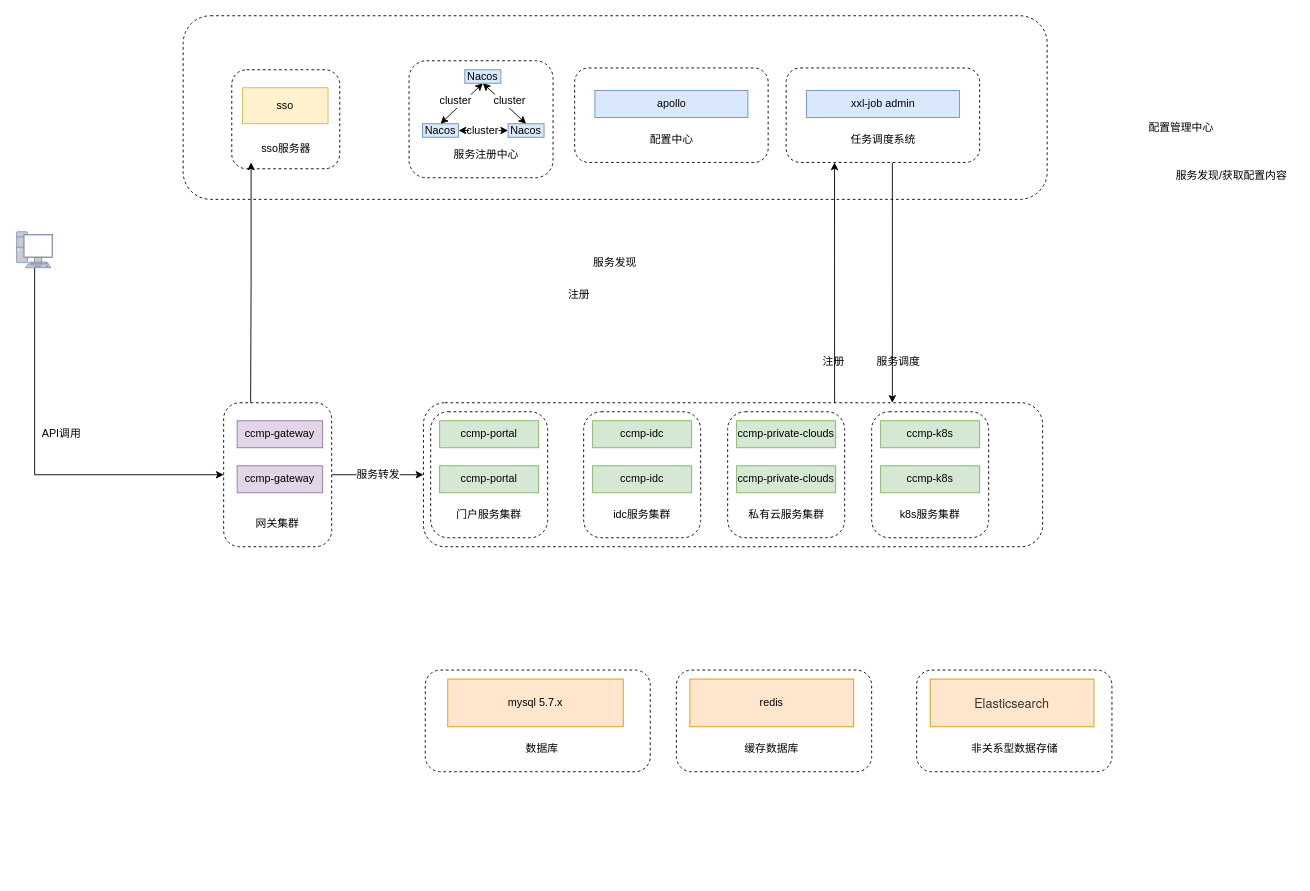
Before: ccmp.drawio in scrollsyou/doc, a draw.io diagram. Source tidied: cells renumbered, new cells numbered last; positions are measured from the earlier drawing's top-left corner, leaving out a move shared by most shapes. Both pictures are drawn from the tidied source at 90%, with x=0, y=0 at pixel (16, 15).
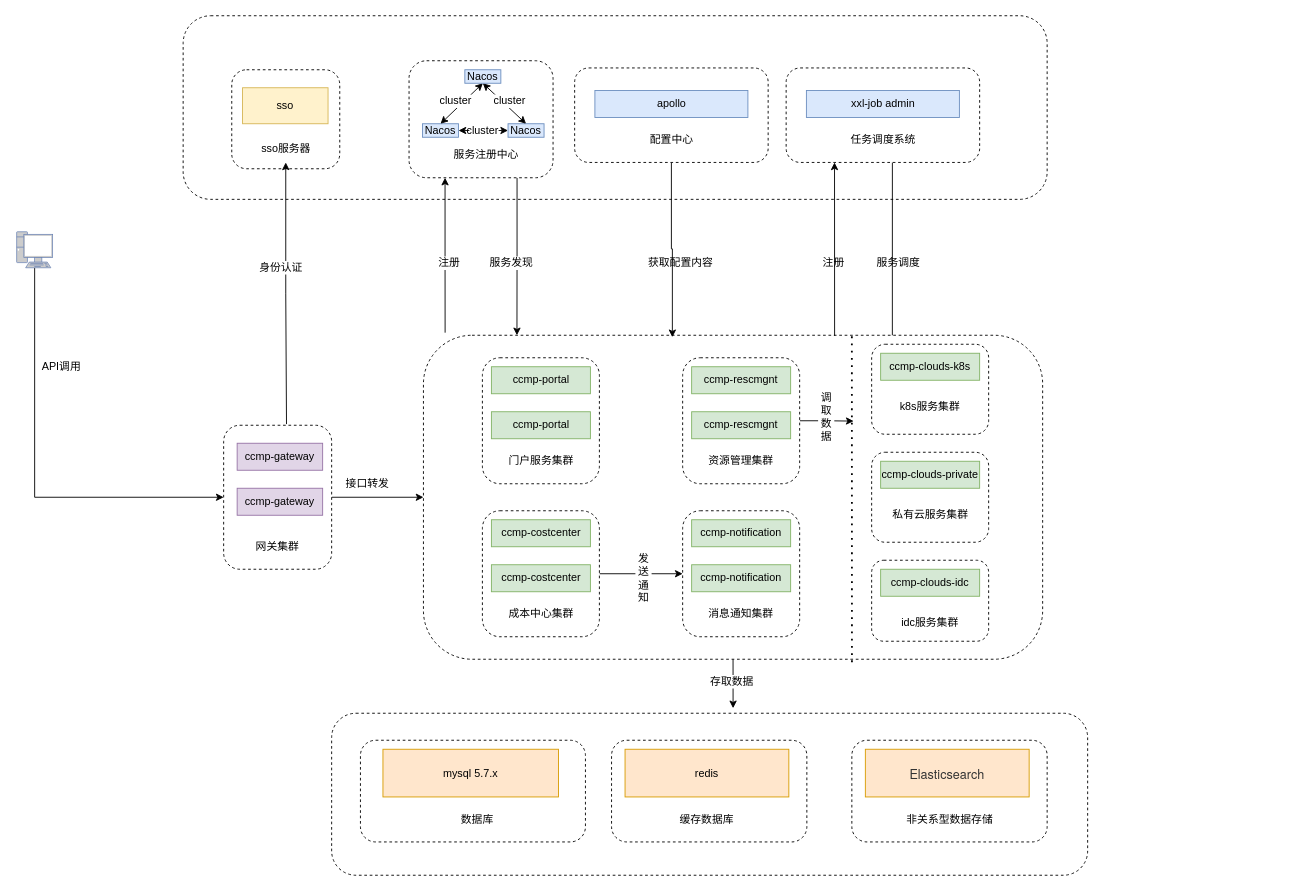
The same page after the edit.

The change refers to these unchanged cells:
```xml
<mxCell id="6" style="rounded=1;whiteSpace=wrap;html=1;dashed=1;" parent="1" vertex="1">
  <mxGeometry x="436" y="50" width="160" height="130" as="geometry" />
</mxCell>
<mxCell id="24" style="fontColor=#0066CC;verticalAlign=top;verticalLabelPosition=bottom;labelPosition=center;align=center;html=1;outlineConnect=0;fillColor=#CCCCCC;strokeColor=#6881B3;gradientColor=none;gradientDirection=north;strokeWidth=2;shape=mxgraph.networks.pc;rounded=1;labelBackgroundColor=default;" parent="1" vertex="1">
  <mxGeometry y="240" width="40" height="40" as="geometry" />
</mxCell>
<mxCell id="54" value="sso服务器" style="text;html=1;strokeColor=none;fillColor=none;align=center;verticalAlign=middle;whiteSpace=wrap;rounded=0;labelBackgroundColor=none;" parent="1" vertex="1">
  <mxGeometry x="260.5" y="133" width="77" height="30" as="geometry" />
</mxCell>
<mxCell id="65" style="rounded=1;whiteSpace=wrap;html=1;dashed=1;labelBackgroundColor=default;" parent="1" vertex="1">
  <mxGeometry x="620" y="58" width="215" height="105" as="geometry" />
</mxCell>
```

Diff of the diagram source:
```diff
@@
+    <mxCell id="68" style="rounded=1;whiteSpace=wrap;html=1;dashed=1;labelBackgroundColor=default;" parent="1" vertex="1">
+      <mxGeometry x="350" y="775" width="840" height="180" as="geometry" />
+    </mxCell>
@@
+    <mxCell id="69" style="edgeStyle=orthogonalEdgeStyle;rounded=0;jettySize=auto;html=1;exitX=0.5;exitY=1;exitDx=0;exitDy=0;entryX=0.531;entryY=-0.031;entryDx=0;entryDy=0;entryPerimeter=0;startArrow=none;startFill=0;endArrow=classic;endFill=1;" parent="1" edge="1" source="4" target="68">
+      <mxGeometry relative="1" as="geometry" />
+    </mxCell>
     <mxCell id="4" style="rounded=1;whiteSpace=wrap;html=1;labelBackgroundColor=default;dashed=1;" parent="1" vertex="1">
-      <mxGeometry x="452" y="430" width="688" height="160" as="geometry" />
+      <mxGeometry x="452" y="355" width="688" height="360" as="geometry" />
     </mxCell>
     <mxCell id="5" style="rounded=1;whiteSpace=wrap;html=1;labelBackgroundColor=default;dashed=1;" parent="1" vertex="1">
-      <mxGeometry x="460" y="440" width="130" height="140" as="geometry" />
+      <mxGeometry x="517.5" y="380" width="130" height="140" as="geometry" />
     </mxCell>
+    <mxCell id="70" style="edgeStyle=orthogonalEdgeStyle;rounded=0;jettySize=auto;html=1;exitX=0.25;exitY=1;exitDx=0;exitDy=0;entryX=0.035;entryY=-0.008;entryDx=0;entryDy=0;entryPerimeter=0;startArrow=classic;startFill=1;endArrow=none;endFill=0;" parent="1" edge="1" source="6" target="4">
+      <mxGeometry relative="1" as="geometry" />
+    </mxCell>
+    <mxCell id="71" style="edgeStyle=orthogonalEdgeStyle;rounded=0;jettySize=auto;html=1;exitX=0.75;exitY=1;exitDx=0;exitDy=0;entryX=0.151;entryY=0;entryDx=0;entryDy=0;entryPerimeter=0;startArrow=none;startFill=0;endArrow=classic;endFill=1;" parent="1" edge="1" source="6" target="4">
+      <mxGeometry relative="1" as="geometry" />
+    </mxCell>
@@
     <mxCell id="18" style="edgeStyle=none;rounded=0;jettySize=auto;html=1;exitX=0;exitY=0.5;exitDx=0;exitDy=0;entryX=0.5;entryY=1;entryDx=0;entryDy=0;entryPerimeter=0;startArrow=classic;startFill=1;strokeColor=default;endArrow=none;endFill=0;" parent="1" edge="1" source="20" target="24">
       <mxGeometry relative="1" as="geometry">
         <Array as="points">
-          <mxPoint x="20" y="510" />
+          <mxPoint x="20" y="535" />
         </Array>
       </mxGeometry>
     </mxCell>
@@
     <mxCell id="20" style="rounded=1;whiteSpace=wrap;html=1;labelBackgroundColor=default;dashed=1;" parent="1" vertex="1">
-      <mxGeometry x="230" y="430" width="120" height="160" as="geometry" />
+      <mxGeometry x="230" y="455" width="120" height="160" as="geometry" />
     </mxCell>
     <mxCell id="21" value="ccmp-gateway" style="rounded=0;whiteSpace=wrap;html=1;labelBackgroundColor=none;fillColor=#e1d5e7;strokeColor=#9673a6;" parent="1" vertex="1">
-      <mxGeometry x="245" y="450" width="95" height="30" as="geometry" />
+      <mxGeometry x="245" y="475" width="95" height="30" as="geometry" />
     </mxCell>
     <mxCell id="22" value="ccmp-gateway" style="rounded=0;whiteSpace=wrap;html=1;labelBackgroundColor=none;fillColor=#e1d5e7;strokeColor=#9673a6;" parent="1" vertex="1">
-      <mxGeometry x="245" y="500" width="95" height="30" as="geometry" />
+      <mxGeometry x="245" y="525" width="95" height="30" as="geometry" />
     </mxCell>
     <mxCell id="23" value="网关集群" style="text;html=1;strokeColor=none;fillColor=none;align=center;verticalAlign=middle;whiteSpace=wrap;rounded=0;labelBackgroundColor=default;" parent="1" vertex="1">
-      <mxGeometry x="260" y="550" width="60" height="30" as="geometry" />
+      <mxGeometry x="260" y="575" width="60" height="30" as="geometry" />
     </mxCell>
@@
     <mxCell id="25" value="API调用" style="text;html=1;strokeColor=none;fillColor=none;align=center;verticalAlign=middle;whiteSpace=wrap;rounded=0;labelBackgroundColor=default;" parent="1" vertex="1">
-      <mxGeometry x="20" y="450" width="60" height="30" as="geometry" />
+      <mxGeometry x="20" y="375" width="60" height="30" as="geometry" />
     </mxCell>
     <mxCell id="26" value="ccmp-portal" style="rounded=0;whiteSpace=wrap;html=1;labelBackgroundColor=none;fillColor=#d5e8d4;strokeColor=#82b366;" parent="1" vertex="1">
-      <mxGeometry x="470" y="450" width="110" height="30" as="geometry" />
+      <mxGeometry x="527.5" y="390" width="110" height="30" as="geometry" />
     </mxCell>
     <mxCell id="27" value="ccmp-portal" style="rounded=0;whiteSpace=wrap;html=1;labelBackgroundColor=none;fillColor=#d5e8d4;strokeColor=#82b366;" parent="1" vertex="1">
-      <mxGeometry x="470" y="500" width="110" height="30" as="geometry" />
+      <mxGeometry x="527.5" y="440" width="110" height="30" as="geometry" />
     </mxCell>
     <mxCell id="28" value="&lt;div style=&quot;text-align: left&quot;&gt;门户服务集群&lt;/div&gt;" style="text;html=1;strokeColor=none;fillColor=none;align=center;verticalAlign=middle;whiteSpace=wrap;rounded=0;dashed=1;labelBackgroundColor=default;" parent="1" vertex="1">
-      <mxGeometry x="485" y="540" width="80" height="30" as="geometry" />
+      <mxGeometry x="542.5" y="480" width="80" height="30" as="geometry" />
     </mxCell>
     <mxCell id="29" style="rounded=1;whiteSpace=wrap;html=1;labelBackgroundColor=default;dashed=1;" parent="1" vertex="1">
-      <mxGeometry x="630" y="440" width="130" height="140" as="geometry" />
+      <mxGeometry x="950" y="605" width="130" height="90" as="geometry" />
     </mxCell>
     <mxCell id="30" value="idc服务集群" style="text;html=1;strokeColor=none;fillColor=none;align=center;verticalAlign=middle;whiteSpace=wrap;rounded=0;dashed=1;labelBackgroundColor=default;" parent="1" vertex="1">
-      <mxGeometry x="655" y="540" width="80" height="30" as="geometry" />
+      <mxGeometry x="975" y="660" width="80" height="30" as="geometry" />
     </mxCell>
-    <mxCell id="31" value="ccmp-idc" style="rounded=0;whiteSpace=wrap;html=1;labelBackgroundColor=none;fillColor=#d5e8d4;strokeColor=#82b366;" parent="1" vertex="1">
-      <mxGeometry x="640" y="500" width="110" height="30" as="geometry" />
-    </mxCell>
-    <mxCell id="32" value="ccmp-idc" style="rounded=0;whiteSpace=wrap;html=1;labelBackgroundColor=none;fillColor=#d5e8d4;strokeColor=#82b366;" parent="1" vertex="1">
-      <mxGeometry x="640" y="450" width="110" height="30" as="geometry" />
+    <mxCell id="32" value="ccmp-clouds-idc" style="rounded=0;whiteSpace=wrap;html=1;labelBackgroundColor=none;fillColor=#d5e8d4;strokeColor=#82b366;" parent="1" vertex="1">
+      <mxGeometry x="960" y="615" width="110" height="30" as="geometry" />
     </mxCell>
     <mxCell id="33" style="rounded=1;whiteSpace=wrap;html=1;labelBackgroundColor=default;dashed=1;" parent="1" vertex="1">
-      <mxGeometry x="790" y="440" width="130" height="140" as="geometry" />
+      <mxGeometry x="950" y="485" width="130" height="100" as="geometry" />
     </mxCell>
     <mxCell id="34" value="私有云服务集群" style="text;html=1;strokeColor=none;fillColor=none;align=center;verticalAlign=middle;whiteSpace=wrap;rounded=0;dashed=1;labelBackgroundColor=default;" parent="1" vertex="1">
-      <mxGeometry x="807.5" y="540" width="95" height="30" as="geometry" />
+      <mxGeometry x="967.5" y="540" width="95" height="30" as="geometry" />
     </mxCell>
-    <mxCell id="35" value="ccmp-private-clouds" style="rounded=0;whiteSpace=wrap;html=1;labelBackgroundColor=none;fillColor=#d5e8d4;strokeColor=#82b366;" parent="1" vertex="1">
-      <mxGeometry x="800" y="500" width="110" height="30" as="geometry" />
-    </mxCell>
-    <mxCell id="36" value="ccmp-private-clouds" style="rounded=0;whiteSpace=wrap;html=1;labelBackgroundColor=none;fillColor=#d5e8d4;strokeColor=#82b366;" parent="1" vertex="1">
-      <mxGeometry x="800" y="450" width="110" height="30" as="geometry" />
+    <mxCell id="36" value="ccmp-clouds-private" style="rounded=0;whiteSpace=wrap;html=1;labelBackgroundColor=none;fillColor=#d5e8d4;strokeColor=#82b366;" parent="1" vertex="1">
+      <mxGeometry x="960" y="495" width="110" height="30" as="geometry" />
     </mxCell>
     <mxCell id="37" style="rounded=1;whiteSpace=wrap;html=1;labelBackgroundColor=default;dashed=1;" parent="1" vertex="1">
-      <mxGeometry x="950" y="440" width="130" height="140" as="geometry" />
+      <mxGeometry x="950" y="365" width="130" height="100" as="geometry" />
     </mxCell>
     <mxCell id="38" value="k8s服务集群" style="text;html=1;strokeColor=none;fillColor=none;align=center;verticalAlign=middle;whiteSpace=wrap;rounded=0;dashed=1;labelBackgroundColor=default;" parent="1" vertex="1">
-      <mxGeometry x="975" y="540" width="80" height="30" as="geometry" />
+      <mxGeometry x="975" y="420" width="80" height="30" as="geometry" />
     </mxCell>
-    <mxCell id="39" value="ccmp-k8s" style="rounded=0;whiteSpace=wrap;html=1;labelBackgroundColor=none;fillColor=#d5e8d4;strokeColor=#82b366;" parent="1" vertex="1">
-      <mxGeometry x="960" y="500" width="110" height="30" as="geometry" />
-    </mxCell>
-    <mxCell id="40" value="ccmp-k8s" style="rounded=0;whiteSpace=wrap;html=1;labelBackgroundColor=none;fillColor=#d5e8d4;strokeColor=#82b366;" parent="1" vertex="1">
-      <mxGeometry x="960" y="450" width="110" height="30" as="geometry" />
+    <mxCell id="40" value="ccmp-clouds-k8s" style="rounded=0;whiteSpace=wrap;html=1;labelBackgroundColor=none;fillColor=#d5e8d4;strokeColor=#82b366;" parent="1" vertex="1">
+      <mxGeometry x="960" y="375" width="110" height="30" as="geometry" />
     </mxCell>
-    <mxCell id="41" value="配置管理中心" style="text;html=1;strokeColor=none;fillColor=none;align=center;verticalAlign=middle;whiteSpace=wrap;rounded=0;labelBackgroundColor=default;" parent="1" vertex="1">
-      <mxGeometry x="1250" y="110" width="88" height="30" as="geometry" />
-    </mxCell>
     <mxCell id="42" value="注册" style="text;html=1;strokeColor=none;fillColor=none;align=center;verticalAlign=middle;whiteSpace=wrap;rounded=0;dashed=1;labelBackgroundColor=default;" parent="1" vertex="1">
-      <mxGeometry x="595" y="295" width="60" height="30" as="geometry" />
+      <mxGeometry x="451" y="260" width="60" height="30" as="geometry" />
     </mxCell>
     <mxCell id="43" value="服务发现" style="text;html=1;strokeColor=none;fillColor=none;align=center;verticalAlign=middle;whiteSpace=wrap;rounded=0;dashed=1;labelBackgroundColor=default;" parent="1" vertex="1">
-      <mxGeometry x="595" y="260" width="140" height="30" as="geometry" />
+      <mxGeometry x="480" y="260" width="140" height="30" as="geometry" />
     </mxCell>
-    <mxCell id="44" value="服务转发" style="text;html=1;strokeColor=none;fillColor=none;align=center;verticalAlign=middle;whiteSpace=wrap;rounded=0;dashed=1;labelBackgroundColor=default;" parent="1" vertex="1">
-      <mxGeometry x="372" y="495" width="60" height="30" as="geometry" />
+    <mxCell id="44" value="接口转发" style="text;html=1;strokeColor=none;fillColor=none;align=center;verticalAlign=middle;whiteSpace=wrap;rounded=0;dashed=1;labelBackgroundColor=default;" parent="1" vertex="1">
+      <mxGeometry x="360" y="505" width="60" height="30" as="geometry" />
     </mxCell>
@@
     <mxCell id="49" value="注册" style="text;html=1;strokeColor=none;fillColor=none;align=center;verticalAlign=middle;whiteSpace=wrap;rounded=0;labelBackgroundColor=none;" parent="1" vertex="1">
-      <mxGeometry x="878" y="370" width="60" height="30" as="geometry" />
+      <mxGeometry x="877.5" y="260" width="60" height="30" as="geometry" />
     </mxCell>
     <mxCell id="50" value="服务调度" style="text;html=1;strokeColor=none;fillColor=none;align=center;verticalAlign=middle;whiteSpace=wrap;rounded=0;labelBackgroundColor=none;" parent="1" vertex="1">
-      <mxGeometry x="950" y="370" width="60" height="30" as="geometry" />
+      <mxGeometry x="950" y="260" width="60" height="30" as="geometry" />
     </mxCell>
@@
-    <mxCell id="53" style="edgeStyle=orthogonalEdgeStyle;rounded=0;jettySize=auto;html=1;exitX=0;exitY=1;exitDx=0;exitDy=0;entryX=0.25;entryY=0;entryDx=0;entryDy=0;endArrow=none;endFill=0;startArrow=classic;startFill=1;" parent="1" edge="1" source="54" target="20">
+    <mxCell id="53" style="edgeStyle=orthogonalEdgeStyle;rounded=0;jettySize=auto;html=1;exitX=0.5;exitY=1;exitDx=0;exitDy=0;entryX=0.582;entryY=-0.008;entryDx=0;entryDy=0;endArrow=none;endFill=0;startArrow=classic;startFill=1;entryPerimeter=0;" parent="1" edge="1" source="54" target="20">
       <mxGeometry relative="1" as="geometry" />
     </mxCell>
@@
     <mxCell id="55" style="rounded=1;whiteSpace=wrap;html=1;labelBackgroundColor=default;dashed=1;" parent="1" vertex="1">
-      <mxGeometry x="454" y="727" width="250" height="113" as="geometry" />
+      <mxGeometry x="382" y="805" width="250" height="113" as="geometry" />
     </mxCell>
     <mxCell id="56" value="mysql 5.7.x" style="rounded=0;whiteSpace=wrap;html=1;labelBackgroundColor=none;fillColor=#ffe6cc;strokeColor=#d79b00;" parent="1" vertex="1">
-      <mxGeometry x="479" y="737" width="195" height="53" as="geometry" />
+      <mxGeometry x="407" y="815" width="195" height="53" as="geometry" />
     </mxCell>
     <mxCell id="57" value="数据库" style="text;html=1;strokeColor=none;fillColor=none;align=center;verticalAlign=middle;whiteSpace=wrap;rounded=0;labelBackgroundColor=default;" parent="1" vertex="1">
-      <mxGeometry x="524" y="800" width="120" height="30" as="geometry" />
+      <mxGeometry x="452" y="878" width="120" height="30" as="geometry" />
     </mxCell>
     <mxCell id="58" style="rounded=1;whiteSpace=wrap;html=1;dashed=1;labelBackgroundColor=none;" parent="1" vertex="1">
-      <mxGeometry x="733" y="727" width="217" height="113" as="geometry" />
+      <mxGeometry x="661" y="805" width="217" height="113" as="geometry" />
     </mxCell>
     <mxCell id="59" value="redis" style="rounded=0;whiteSpace=wrap;html=1;labelBackgroundColor=none;fillColor=#ffe6cc;strokeColor=#d79b00;" parent="1" vertex="1">
-      <mxGeometry x="748" y="737" width="182" height="53" as="geometry" />
+      <mxGeometry x="676" y="815" width="182" height="53" as="geometry" />
     </mxCell>
     <mxCell id="60" value="缓存数据库" style="text;html=1;strokeColor=none;fillColor=none;align=center;verticalAlign=middle;whiteSpace=wrap;rounded=0;dashed=1;labelBackgroundColor=none;" parent="1" vertex="1">
-      <mxGeometry x="799" y="800" width="80" height="30" as="geometry" />
+      <mxGeometry x="727" y="878" width="80" height="30" as="geometry" />
     </mxCell>
     <mxCell id="61" style="rounded=1;whiteSpace=wrap;html=1;dashed=1;labelBackgroundColor=none;" parent="1" vertex="1">
-      <mxGeometry x="1000" y="727" width="217" height="113" as="geometry" />
+      <mxGeometry x="928" y="805" width="217" height="113" as="geometry" />
     </mxCell>
     <mxCell id="62" value="&lt;span style=&quot;color: rgb(51 , 51 , 51) ; font-family: &amp;quot;helvetica neue&amp;quot; , &amp;quot;helvetica&amp;quot; , &amp;quot;arial&amp;quot; , &amp;quot;pingfang sc&amp;quot; , &amp;quot;hiragino sans gb&amp;quot; , &amp;quot;microsoft yahei&amp;quot; , &amp;quot;wenquanyi micro hei&amp;quot; , sans-serif ; font-size: 14px ; text-indent: 28px&quot;&gt;Elasticsearch&lt;/span&gt;" style="rounded=0;whiteSpace=wrap;html=1;labelBackgroundColor=none;fillColor=#ffe6cc;strokeColor=#d79b00;" parent="1" vertex="1">
-      <mxGeometry x="1015" y="737" width="182" height="53" as="geometry" />
+      <mxGeometry x="943" y="815" width="182" height="53" as="geometry" />
     </mxCell>
     <mxCell id="63" value="非关系型数据存储" style="text;html=1;strokeColor=none;fillColor=none;align=center;verticalAlign=middle;whiteSpace=wrap;rounded=0;dashed=1;labelBackgroundColor=none;" parent="1" vertex="1">
-      <mxGeometry x="1051.5" y="800" width="114" height="30" as="geometry" />
+      <mxGeometry x="979.5" y="878" width="114" height="30" as="geometry" />
     </mxCell>
-    <mxCell id="64" value="服务发现/获取配置内容" style="text;html=1;strokeColor=none;fillColor=none;align=center;verticalAlign=middle;whiteSpace=wrap;rounded=0;dashed=1;labelBackgroundColor=default;" parent="1" vertex="1">
-      <mxGeometry x="1280" y="163" width="140" height="30" as="geometry" />
+    <mxCell id="64" value="获取配置内容" style="text;html=1;strokeColor=none;fillColor=none;align=center;verticalAlign=middle;whiteSpace=wrap;rounded=0;dashed=1;labelBackgroundColor=default;" parent="1" vertex="1">
+      <mxGeometry x="667.5" y="260" width="140" height="30" as="geometry" />
     </mxCell>
+    <mxCell id="72" style="edgeStyle=orthogonalEdgeStyle;rounded=0;jettySize=auto;html=1;exitX=0.5;exitY=1;exitDx=0;exitDy=0;entryX=0.402;entryY=0.006;entryDx=0;entryDy=0;entryPerimeter=0;startArrow=none;startFill=0;endArrow=classic;endFill=1;" parent="1" edge="1" source="65" target="4">
+      <mxGeometry relative="1" as="geometry" />
+    </mxCell>
@@
+    <mxCell id="73" value="身份认证" style="text;html=1;strokeColor=none;fillColor=none;align=center;verticalAlign=middle;whiteSpace=wrap;rounded=0;dashed=1;labelBackgroundColor=default;" parent="1" vertex="1">
+      <mxGeometry x="264" y="265" width="60" height="30" as="geometry" />
+    </mxCell>
+    <mxCell id="74" style="endArrow=none;dashed=1;html=1;dashPattern=1 3;strokeWidth=2;rounded=0;exitX=0.692;exitY=1.009;exitDx=0;exitDy=0;exitPerimeter=0;" parent="1" edge="1" source="4">
+      <mxGeometry relative="1" as="geometry">
+        <mxPoint x="928" y="355" as="targetPoint" />
+      </mxGeometry>
+    </mxCell>
+    <mxCell id="75" style="edgeStyle=orthogonalEdgeStyle;rounded=0;jettySize=auto;html=1;exitX=1;exitY=0.5;exitDx=0;exitDy=0;entryX=0;entryY=0.5;entryDx=0;entryDy=0;startArrow=none;startFill=0;endArrow=classic;endFill=1;" parent="1" edge="1" source="76" target="85">
+      <mxGeometry relative="1" as="geometry" />
+    </mxCell>
+    <mxCell id="76" style="rounded=1;whiteSpace=wrap;html=1;labelBackgroundColor=default;dashed=1;" parent="1" vertex="1">
+      <mxGeometry x="517.5" y="550" width="130" height="140" as="geometry" />
+    </mxCell>
+    <mxCell id="77" value="&lt;div style=&quot;text-align: left&quot;&gt;成本中心集群&lt;/div&gt;" style="text;html=1;strokeColor=none;fillColor=none;align=center;verticalAlign=middle;whiteSpace=wrap;rounded=0;dashed=1;labelBackgroundColor=default;" parent="1" vertex="1">
+      <mxGeometry x="542.5" y="650" width="80" height="30" as="geometry" />
+    </mxCell>
+    <mxCell id="78" value="ccmp-costcenter" style="rounded=0;whiteSpace=wrap;html=1;labelBackgroundColor=none;fillColor=#d5e8d4;strokeColor=#82b366;" parent="1" vertex="1">
+      <mxGeometry x="527.5" y="610" width="110" height="30" as="geometry" />
+    </mxCell>
+    <mxCell id="79" value="ccmp-costcenter" style="rounded=0;whiteSpace=wrap;html=1;labelBackgroundColor=none;fillColor=#d5e8d4;strokeColor=#82b366;" parent="1" vertex="1">
+      <mxGeometry x="527.5" y="560" width="110" height="30" as="geometry" />
+    </mxCell>
+    <mxCell id="80" style="edgeStyle=orthogonalEdgeStyle;rounded=0;jettySize=auto;html=1;exitX=1;exitY=0.5;exitDx=0;exitDy=0;startArrow=none;startFill=0;endArrow=classic;endFill=1;" parent="1" edge="1" source="81">
+      <mxGeometry relative="1" as="geometry">
+        <mxPoint x="930" y="450.4" as="targetPoint" />
+      </mxGeometry>
+    </mxCell>
+    <mxCell id="81" style="rounded=1;whiteSpace=wrap;html=1;labelBackgroundColor=default;dashed=1;" parent="1" vertex="1">
+      <mxGeometry x="740" y="380" width="130" height="140" as="geometry" />
+    </mxCell>
+    <mxCell id="82" value="&lt;div style=&quot;text-align: left&quot;&gt;资源管理集群&lt;/div&gt;" style="text;html=1;strokeColor=none;fillColor=none;align=center;verticalAlign=middle;whiteSpace=wrap;rounded=0;dashed=1;labelBackgroundColor=default;" parent="1" vertex="1">
+      <mxGeometry x="765" y="480" width="80" height="30" as="geometry" />
+    </mxCell>
+    <mxCell id="83" value="ccmp-rescmgnt" style="rounded=0;whiteSpace=wrap;html=1;labelBackgroundColor=none;fillColor=#d5e8d4;strokeColor=#82b366;" parent="1" vertex="1">
+      <mxGeometry x="750" y="440" width="110" height="30" as="geometry" />
+    </mxCell>
+    <mxCell id="84" value="ccmp-rescmgnt" style="rounded=0;whiteSpace=wrap;html=1;labelBackgroundColor=none;fillColor=#d5e8d4;strokeColor=#82b366;" parent="1" vertex="1">
+      <mxGeometry x="750" y="390" width="110" height="30" as="geometry" />
+    </mxCell>
+    <mxCell id="85" style="rounded=1;whiteSpace=wrap;html=1;labelBackgroundColor=default;dashed=1;" parent="1" vertex="1">
+      <mxGeometry x="740" y="550" width="130" height="140" as="geometry" />
+    </mxCell>
+    <mxCell id="86" value="&lt;div style=&quot;text-align: left&quot;&gt;消息通知集群&lt;/div&gt;" style="text;html=1;strokeColor=none;fillColor=none;align=center;verticalAlign=middle;whiteSpace=wrap;rounded=0;dashed=1;labelBackgroundColor=default;" parent="1" vertex="1">
+      <mxGeometry x="765" y="650" width="80" height="30" as="geometry" />
+    </mxCell>
+    <mxCell id="87" value="ccmp-notification" style="rounded=0;whiteSpace=wrap;html=1;labelBackgroundColor=none;fillColor=#d5e8d4;strokeColor=#82b366;" parent="1" vertex="1">
+      <mxGeometry x="750" y="610" width="110" height="30" as="geometry" />
+    </mxCell>
+    <mxCell id="88" value="ccmp-notification" style="rounded=0;whiteSpace=wrap;html=1;labelBackgroundColor=none;fillColor=#d5e8d4;strokeColor=#82b366;" parent="1" vertex="1">
+      <mxGeometry x="750" y="560" width="110" height="30" as="geometry" />
+    </mxCell>
+    <mxCell id="89" value="调取数据" style="text;html=1;strokeColor=none;fillColor=none;align=center;verticalAlign=middle;whiteSpace=wrap;rounded=0;dashed=1;labelBackgroundColor=default;" parent="1" vertex="1">
+      <mxGeometry x="890" y="405" width="20" height="81" as="geometry" />
+    </mxCell>
+    <mxCell id="90" value="发送通知" style="text;html=1;strokeColor=none;fillColor=none;align=center;verticalAlign=middle;whiteSpace=wrap;rounded=0;dashed=1;labelBackgroundColor=default;" parent="1" vertex="1">
+      <mxGeometry x="687" y="584.5" width="20" height="81" as="geometry" />
+    </mxCell>
+    <mxCell id="91" value="存取数据" style="text;html=1;strokeColor=none;fillColor=none;align=center;verticalAlign=middle;whiteSpace=wrap;rounded=0;dashed=1;labelBackgroundColor=default;" parent="1" vertex="1">
+      <mxGeometry x="765" y="725" width="60" height="30" as="geometry" />
+    </mxCell>
```
